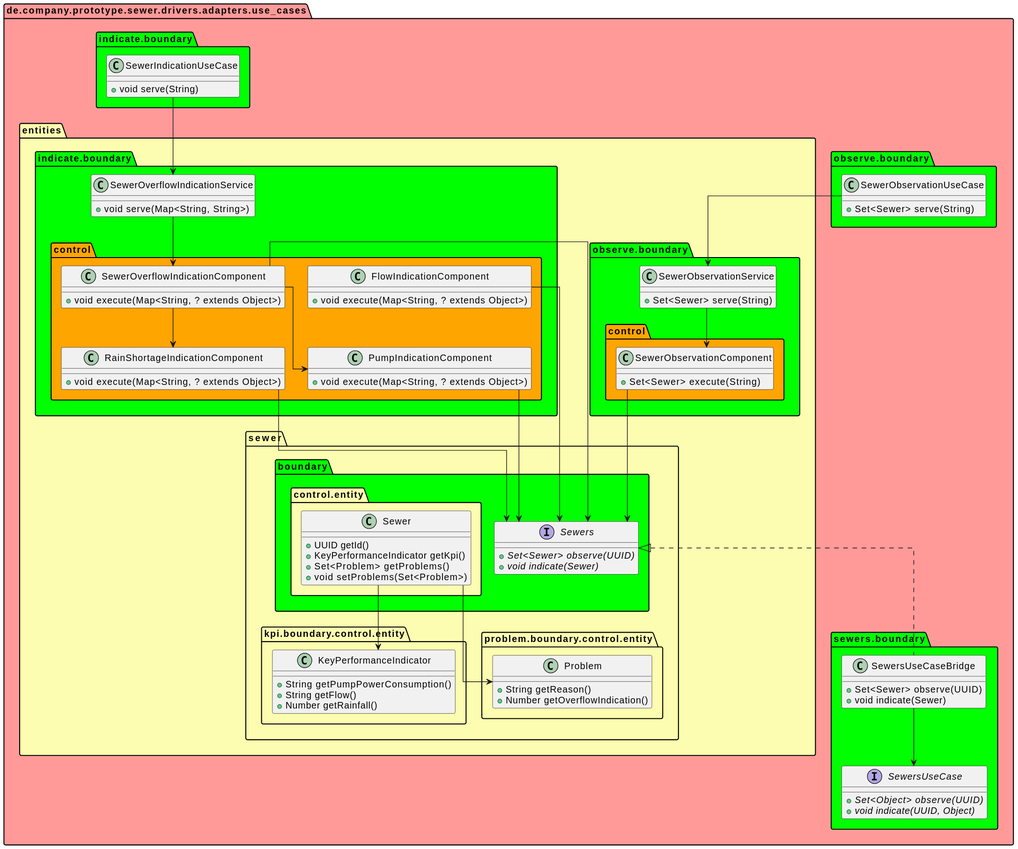
This is doc/uml/svg/use_cases.svg from Pankraz76/sewers2, a PlantUML export, as it was before one commit.
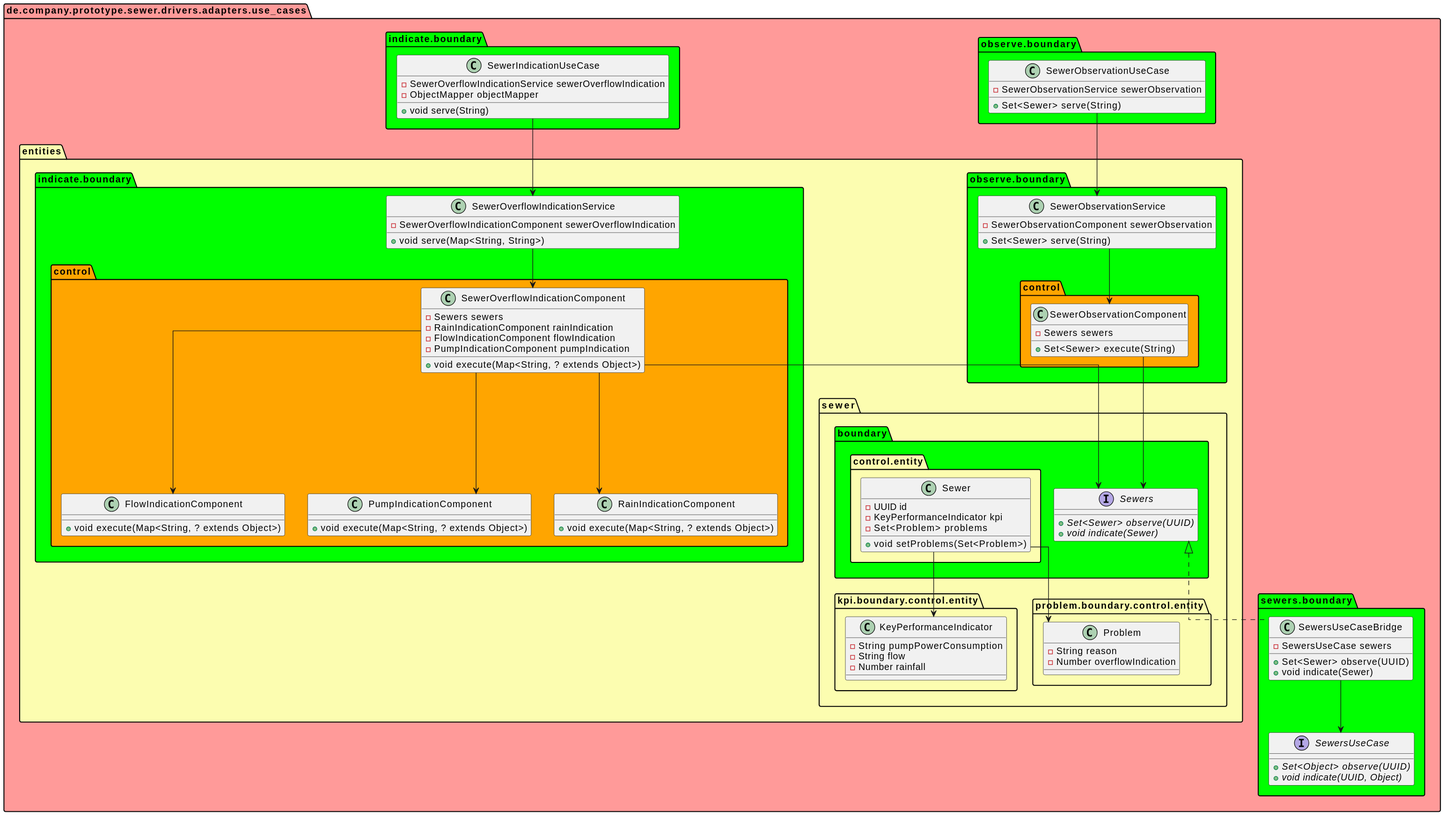
Above is the later version.

Change to the diagram source:
```diff
@@ -24,6 +24,8 @@
 package boundary as de.company.prototype.sewer.drivers.adapters.use_cases.sewers.boundary #lime {}
 
 class "SewerOverflowIndicationService" as de.company.prototype.sewer.drivers.adapters.use_cases.entities.indicate.boundary.SewerOverflowIndicationService {
+  -SewerOverflowIndicationComponent sewerOverflowIndication
+  __
   +void serve(Map<String, String>)
 }
 class "FlowIndicationComponent" as de.company.prototype.sewer.drivers.adapters.use_cases.entities.indicate.boundary.control.FlowIndicationComponent {
@@ -32,16 +34,25 @@
 class "PumpIndicationComponent" as de.company.prototype.sewer.drivers.adapters.use_cases.entities.indicate.boundary.control.PumpIndicationComponent {
   +void execute(Map<String, ? extends Object>)
 }
-class "RainShortageIndicationComponent" as de.company.prototype.sewer.drivers.adapters.use_cases.entities.indicate.boundary.control.RainShortageIndicationComponent {
+class "RainIndicationComponent" as de.company.prototype.sewer.drivers.adapters.use_cases.entities.indicate.boundary.control.RainIndicationComponent {
   +void execute(Map<String, ? extends Object>)
 }
 class "SewerOverflowIndicationComponent" as de.company.prototype.sewer.drivers.adapters.use_cases.entities.indicate.boundary.control.SewerOverflowIndicationComponent {
+  -Sewers sewers
+  -RainIndicationComponent rainIndication
+  -FlowIndicationComponent flowIndication
+  -PumpIndicationComponent pumpIndication
+  __
   +void execute(Map<String, ? extends Object>)
 }
 class "SewerObservationService" as de.company.prototype.sewer.drivers.adapters.use_cases.entities.observe.boundary.SewerObservationService {
+  -SewerObservationComponent sewerObservation
+  __
   +Set<Sewer> serve(String)
 }
 class "SewerObservationComponent" as de.company.prototype.sewer.drivers.adapters.use_cases.entities.observe.boundary.control.SewerObservationComponent {
+  -Sewers sewers
+  __
   +Set<Sewer> execute(String)
 }
 interface "Sewers" as de.company.prototype.sewer.drivers.adapters.use_cases.entities.sewer.boundary.Sewers {
@@ -49,24 +60,30 @@
   + {abstract}void indicate(Sewer)
 }
 class "Sewer" as de.company.prototype.sewer.drivers.adapters.use_cases.entities.sewer.boundary.control.entity.Sewer {
-  +UUID getId()
-  +KeyPerformanceIndicator getKpi()
-  +Set<Problem> getProblems()
+  -UUID id
+  -KeyPerformanceIndicator kpi
+  -Set<Problem> problems
+  __
   +void setProblems(Set<Problem>)
 }
 class "KeyPerformanceIndicator" as de.company.prototype.sewer.drivers.adapters.use_cases.entities.sewer.kpi.boundary.control.entity.KeyPerformanceIndicator {
-  +String getPumpPowerConsumption()
-  +String getFlow()
-  +Number getRainfall()
+  -String pumpPowerConsumption
+  -String flow
+  -Number rainfall
 }
 class "Problem" as de.company.prototype.sewer.drivers.adapters.use_cases.entities.sewer.problem.boundary.control.entity.Problem {
-  +String getReason()
-  +Number getOverflowIndication()
+  -String reason
+  -Number overflowIndication
 }
 class "SewerIndicationUseCase" as de.company.prototype.sewer.drivers.adapters.use_cases.indicate.boundary.SewerIndicationUseCase {
+  -SewerOverflowIndicationService sewerOverflowIndication
+  -ObjectMapper objectMapper
+  __
   +void serve(String)
 }
 class "SewerObservationUseCase" as de.company.prototype.sewer.drivers.adapters.use_cases.observe.boundary.SewerObservationUseCase {
+  -SewerObservationService sewerObservation
+  __
   +Set<Sewer> serve(String)
 }
 interface "SewersUseCase" as de.company.prototype.sewer.drivers.adapters.use_cases.sewers.boundary.SewersUseCase {
@@ -74,16 +91,16 @@
   + {abstract}void indicate(UUID, Object)
 }
 class "SewersUseCaseBridge" as de.company.prototype.sewer.drivers.adapters.use_cases.sewers.boundary.SewersUseCaseBridge {
+  -SewersUseCase sewers
+  __
   +Set<Sewer> observe(UUID)
   +void indicate(Sewer)
 }
 de.company.prototype.sewer.drivers.adapters.use_cases.entities.indicate.boundary.SewerOverflowIndicationService --> de.company.prototype.sewer.drivers.adapters.use_cases.entities.indicate.boundary.control.SewerOverflowIndicationComponent
-de.company.prototype.sewer.drivers.adapters.use_cases.entities.indicate.boundary.control.FlowIndicationComponent --> de.company.prototype.sewer.drivers.adapters.use_cases.entities.sewer.boundary.Sewers
-de.company.prototype.sewer.drivers.adapters.use_cases.entities.indicate.boundary.control.PumpIndicationComponent --> de.company.prototype.sewer.drivers.adapters.use_cases.entities.sewer.boundary.Sewers
-de.company.prototype.sewer.drivers.adapters.use_cases.entities.indicate.boundary.control.RainShortageIndicationComponent --> de.company.prototype.sewer.drivers.adapters.use_cases.entities.sewer.boundary.Sewers
-de.company.prototype.sewer.drivers.adapters.use_cases.entities.indicate.boundary.control.SewerOverflowIndicationComponent --> de.company.prototype.sewer.drivers.adapters.use_cases.entities.indicate.boundary.control.RainShortageIndicationComponent
 de.company.prototype.sewer.drivers.adapters.use_cases.entities.indicate.boundary.control.SewerOverflowIndicationComponent --> de.company.prototype.sewer.drivers.adapters.use_cases.entities.sewer.boundary.Sewers
+de.company.prototype.sewer.drivers.adapters.use_cases.entities.indicate.boundary.control.SewerOverflowIndicationComponent --> de.company.prototype.sewer.drivers.adapters.use_cases.entities.indicate.boundary.control.RainIndicationComponent
 de.company.prototype.sewer.drivers.adapters.use_cases.entities.indicate.boundary.control.SewerOverflowIndicationComponent --> de.company.prototype.sewer.drivers.adapters.use_cases.entities.indicate.boundary.control.PumpIndicationComponent
+de.company.prototype.sewer.drivers.adapters.use_cases.entities.indicate.boundary.control.SewerOverflowIndicationComponent --> de.company.prototype.sewer.drivers.adapters.use_cases.entities.indicate.boundary.control.FlowIndicationComponent
 de.company.prototype.sewer.drivers.adapters.use_cases.entities.observe.boundary.SewerObservationService --> de.company.prototype.sewer.drivers.adapters.use_cases.entities.observe.boundary.control.SewerObservationComponent
 de.company.prototype.sewer.drivers.adapters.use_cases.entities.observe.boundary.control.SewerObservationComponent --> de.company.prototype.sewer.drivers.adapters.use_cases.entities.sewer.boundary.Sewers
 de.company.prototype.sewer.drivers.adapters.use_cases.entities.sewer.boundary.control.entity.Sewer --> de.company.prototype.sewer.drivers.adapters.use_cases.entities.sewer.problem.boundary.control.entity.Problem
```
